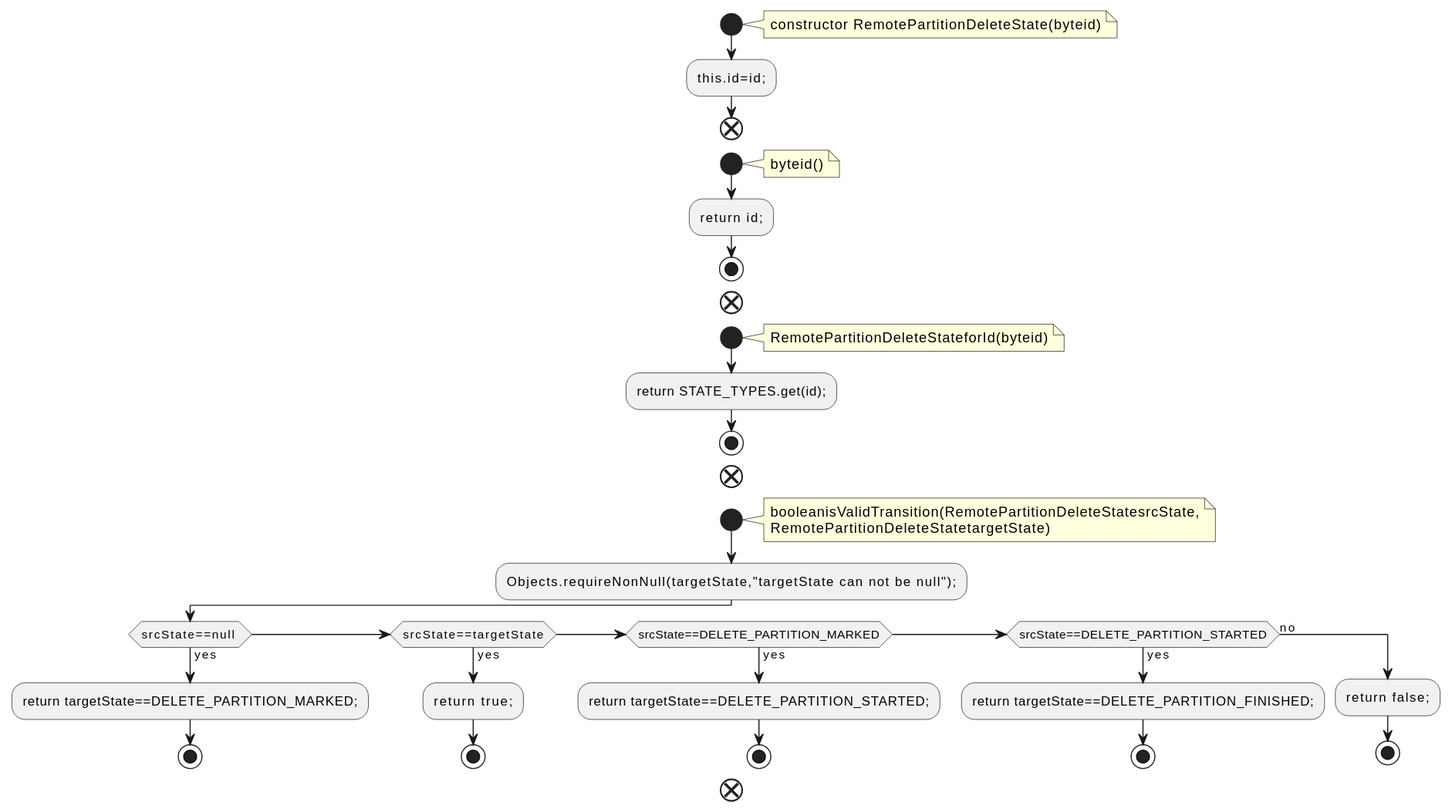
Earlier version of the PlantUML export docs/qc/storage/api/src/main/java/org/apache/kafka/server/log/remote/storage/RemotePartitionDeleteState.java.fct.svg (qualitesys/kafka).
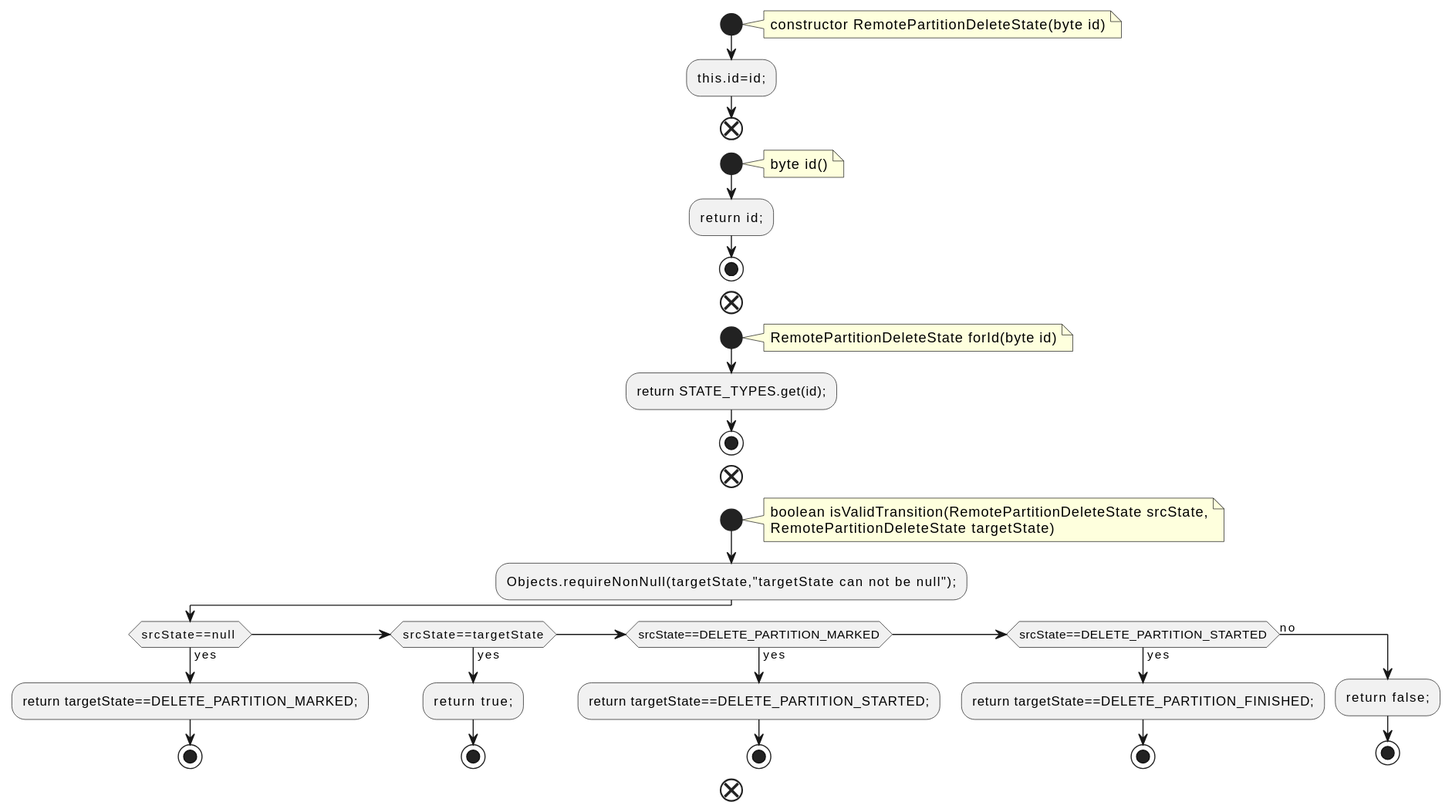
Later version of the same file.

The edit, as a diff of the source:
```diff
@@ -2,28 +2,28 @@
 !pragma layout smetana
 start
 note right
-constructor RemotePartitionDeleteState(byteid)
+constructor RemotePartitionDeleteState(byte id)
 end note
 :this.id=id;;
 end
 start
 note right
-byteid()
+byte id()
 end note
 :return id;;
 stop
 end
 start
 note right
-RemotePartitionDeleteStateforId(byteid)
+RemotePartitionDeleteState forId(byte id)
 end note
 :return STATE_TYPES.get(id);;
 stop
 end
 start
 note right
-booleanisValidTransition(RemotePartitionDeleteStatesrcState,
-RemotePartitionDeleteStatetargetState)
+boolean isValidTransition(RemotePartitionDeleteState srcState,
+RemotePartitionDeleteState targetState)
 end note
 :Objects.requireNonNull(targetState,"targetState can not be null");;
 if (srcState==null ) then (yes)
```
